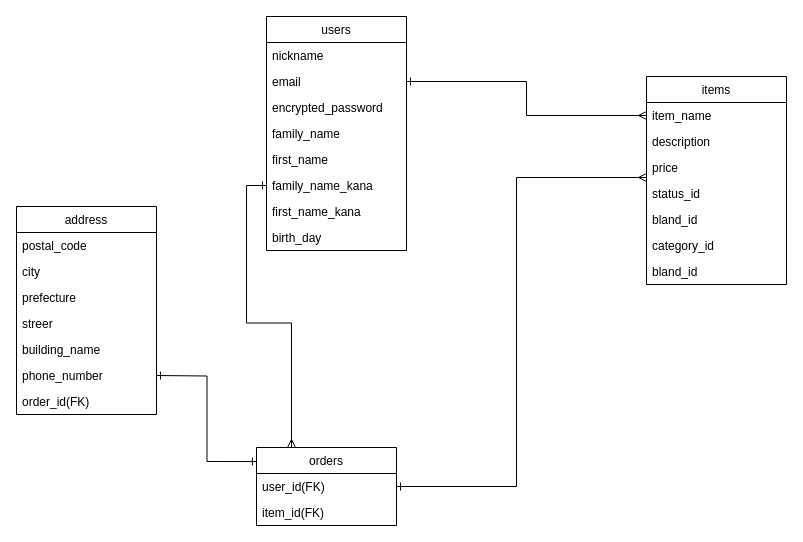
hashimo1216/furima-36574 keeps this draw.io diagram as furima.ER/furima.dio. Above is the earlier version. Source tidied: cells renumbered, new cells numbered last; positions are measured from the earlier drawing's top-left corner, leaving out a move shared by most shapes. Both pictures are drawn from the tidied source at 100%, with x=0, y=0 at pixel (16, 16).
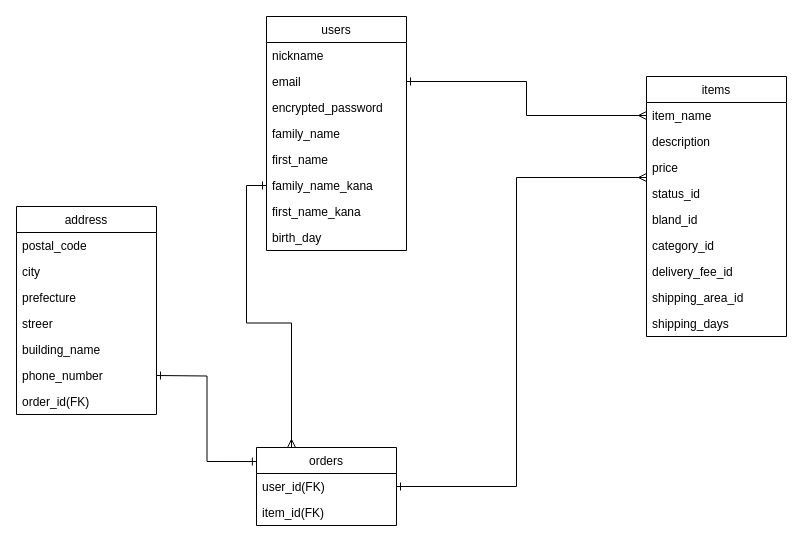
The same diagram, later.

Commit message:
データベース設計修正

The edit, as a diff of the source:
```diff
@@
     <mxCell id="11" value="items" style="swimlane;fontStyle=0;horizontal=1;startSize=26;" parent="1" vertex="1">
-      <mxGeometry x="630" y="60" width="140" height="208" as="geometry" />
+      <mxGeometry x="630" y="60" width="140" height="260" as="geometry" />
     </mxCell>
@@
-    <mxCell id="18" value="bland_id" style="text;strokeColor=none;fillColor=none;align=left;verticalAlign=top;spacingLeft=4;spacingRight=4;overflow=hidden;" parent="11" vertex="1">
+    <mxCell id="18" value="delivery_fee_id" style="text;strokeColor=none;fillColor=none;align=left;verticalAlign=top;spacingLeft=4;spacingRight=4;overflow=hidden;" parent="11" vertex="1">
       <mxGeometry y="182" width="140" height="26" as="geometry" />
     </mxCell>
+    <mxCell id="34" value="shipping_area_id" style="text;strokeColor=none;fillColor=none;align=left;verticalAlign=top;spacingLeft=4;spacingRight=4;overflow=hidden;" parent="11" vertex="1">
+      <mxGeometry y="208" width="140" height="26" as="geometry" />
+    </mxCell>
+    <mxCell id="35" value="shipping_days" style="text;strokeColor=none;fillColor=none;align=left;verticalAlign=top;spacingLeft=4;spacingRight=4;overflow=hidden;" parent="11" vertex="1">
+      <mxGeometry y="234" width="140" height="26" as="geometry" />
+    </mxCell>
```
